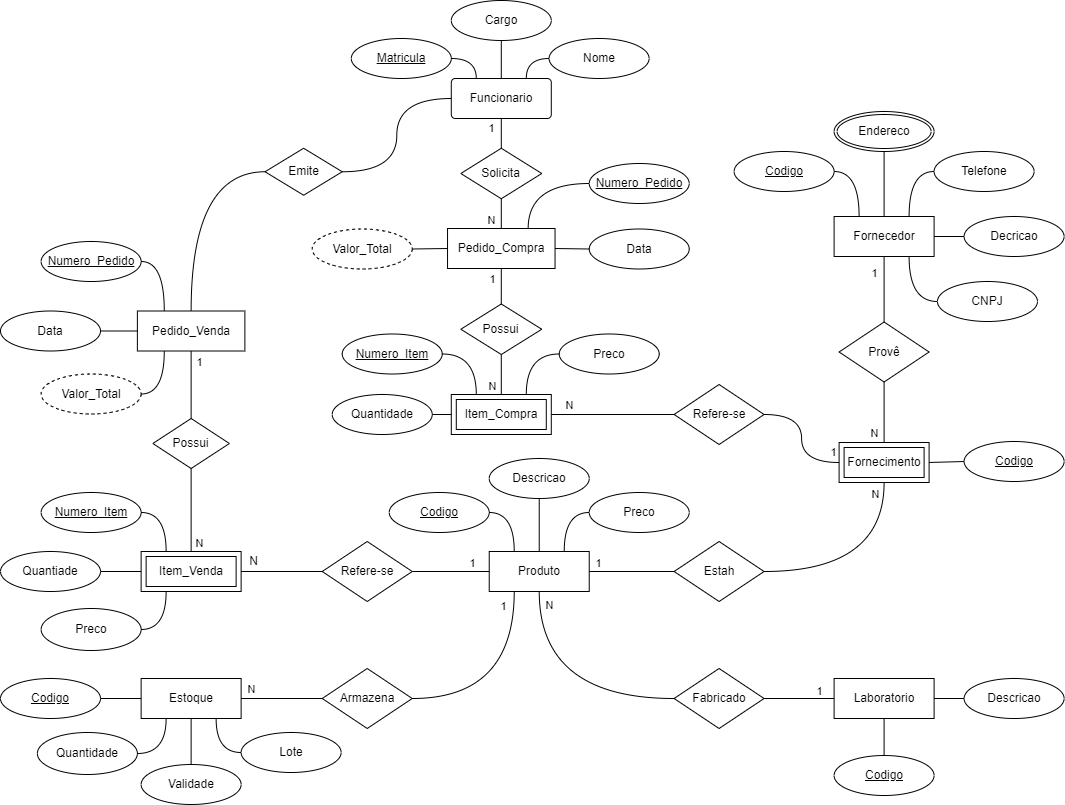
Before: docs/images/modelo-er.png, a diagram exported from draw.io (ICEI-PUCMinas-PSG-SI-TI/psg-si-2025-1-p3-tiapn-6818100-farmacia-popular). Source tidied: cells renumbered, new cells last; positions are measured from the earlier drawing's top-left corner, leaving out a move shared by most shapes.
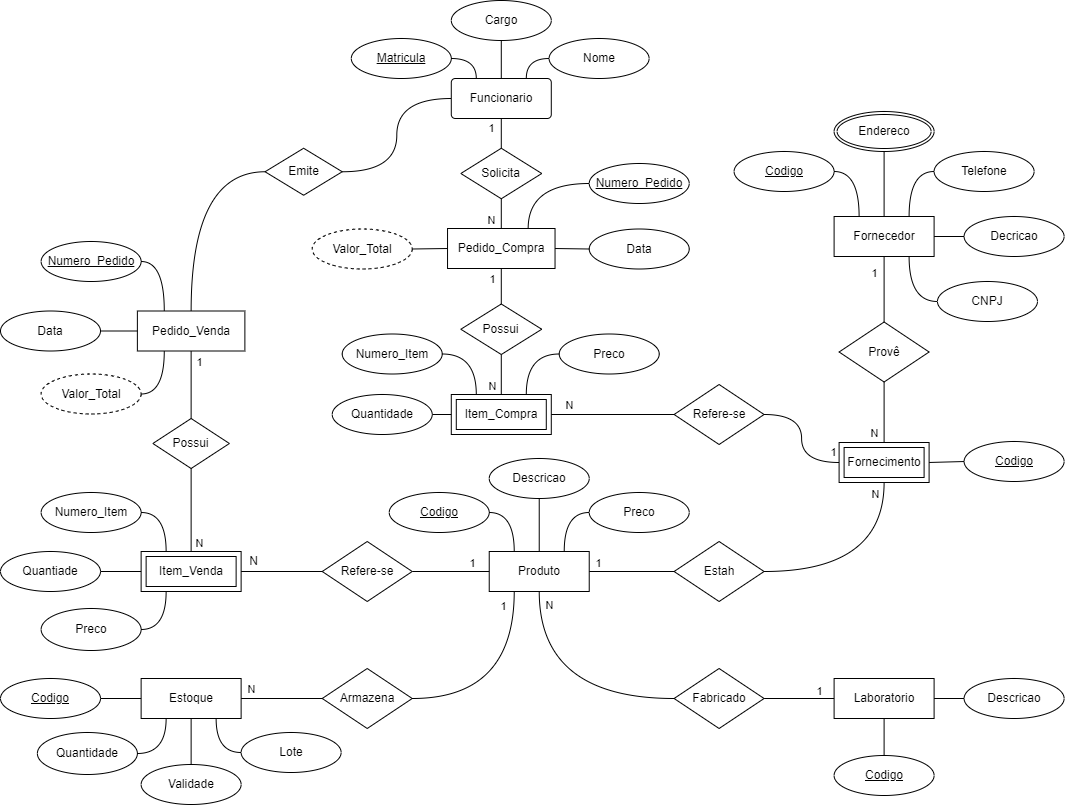
The same diagram one commit later.

What changed in the source:
```diff
@@ -44,7 +44,7 @@
     <mxCell id="15" style="endArrow=none;html=1;rounded=0;entryX=1;entryY=0.5;entryDx=0;entryDy=0;exitX=0.25;exitY=1;exitDx=0;exitDy=0;edgeStyle=orthogonalEdgeStyle;curved=1;" parent="1" edge="1" source="13" target="14">
       <mxGeometry relative="1" as="geometry" />
     </mxCell>
-    <mxCell id="16" value="Numero_Item" style="ellipse;whiteSpace=wrap;html=1;align=center;fontStyle=4;" parent="1" vertex="1">
+    <mxCell id="16" value="Numero_Item" style="ellipse;whiteSpace=wrap;html=1;align=center;" parent="1" vertex="1">
       <mxGeometry x="40.6" y="492" width="100" height="40" as="geometry" />
     </mxCell>
     <mxCell id="17" style="endArrow=none;html=1;rounded=0;edgeStyle=orthogonalEdgeStyle;curved=1;exitX=0.25;exitY=0;exitDx=0;exitDy=0;entryX=1;entryY=0.5;entryDx=0;entryDy=0;" parent="1" edge="1" source="25" target="16">
@@ -196,7 +196,7 @@
     <mxCell id="61" value="Item_Compra" style="shape=ext;margin=3;double=1;whiteSpace=wrap;html=1;align=center;" parent="1" vertex="1">
       <mxGeometry x="450.8" y="394" width="100" height="40" as="geometry" />
     </mxCell>
-    <mxCell id="62" value="Numero_Item" style="ellipse;whiteSpace=wrap;html=1;align=center;fontStyle=4;" parent="1" vertex="1">
+    <mxCell id="62" value="Numero_Item" style="ellipse;whiteSpace=wrap;html=1;align=center;" parent="1" vertex="1">
       <mxGeometry x="341.7" y="333.5" width="100" height="40" as="geometry" />
     </mxCell>
     <mxCell id="63" value="&lt;span style=&quot;color: rgb(0, 0, 0);&quot;&gt;Quantidade&lt;/span&gt;" style="ellipse;whiteSpace=wrap;html=1;align=center;" parent="1" vertex="1">
```
